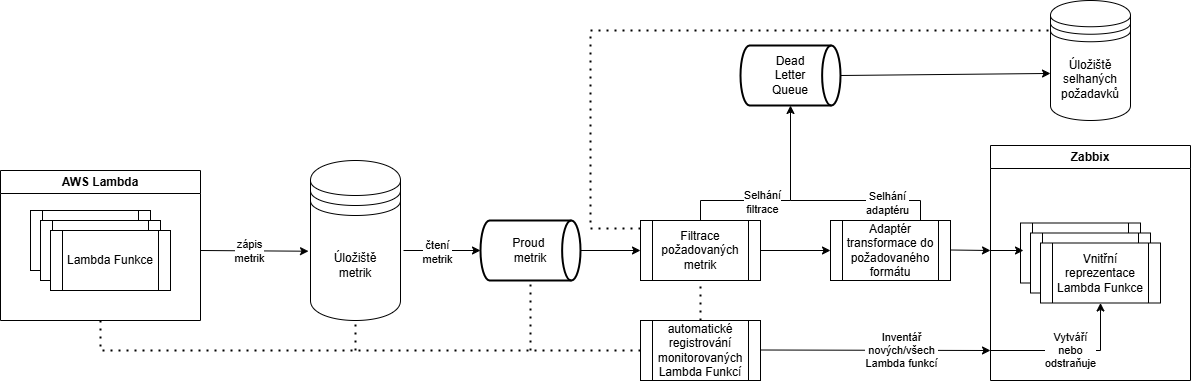
The draw.io diagram Thesis/figs/architektura.png in JustScrub/aws_lambda_zabbix_mon, before a commit. Source tidied: cells renumbered, new cells last; positions are measured from the earlier drawing's top-left corner, leaving out a move shared by most shapes. Source of this version:
```xml
<mxGraphModel>
  <root>
    <mxCell id="0" />
    <mxCell id="1" parent="0" />
    <mxCell id="2" value="Lambda Funkce" style="shape=process;whiteSpace=wrap;html=1;backgroundOutline=1;" parent="1" vertex="1">
      <mxGeometry x="30" y="210" width="120" height="60" as="geometry" />
    </mxCell>
    <mxCell id="3" value="Lambda Funkce" style="shape=process;whiteSpace=wrap;html=1;backgroundOutline=1;" parent="1" vertex="1">
      <mxGeometry x="40" y="220" width="120" height="60" as="geometry" />
    </mxCell>
    <mxCell id="4" value="Lambda Funkce" style="shape=process;whiteSpace=wrap;html=1;backgroundOutline=1;" parent="1" vertex="1">
      <mxGeometry x="50" y="230" width="120" height="60" as="geometry" />
    </mxCell>
    <mxCell id="5" value="AWS Lambda" style="swimlane;whiteSpace=wrap;html=1;" parent="1" vertex="1">
      <mxGeometry y="170" width="200" height="150" as="geometry" />
    </mxCell>
    <mxCell id="6" value="Úložiště&lt;div&gt;metrik&lt;/div&gt;" style="shape=datastore;whiteSpace=wrap;html=1;" parent="1" vertex="1">
      <mxGeometry x="310" y="160" width="90" height="160" as="geometry" />
    </mxCell>
    <mxCell id="7" style="endArrow=classic;html=1;rounded=0;entryX=-0.022;entryY=0.567;entryDx=0;entryDy=0;entryPerimeter=0;" parent="1" edge="1" target="6">
      <mxGeometry relative="1" as="geometry">
        <mxPoint x="200" y="250" as="sourcePoint" />
      </mxGeometry>
    </mxCell>
    <mxCell id="8" value="zápis&lt;div&gt;metrik&lt;/div&gt;" style="edgeLabel;html=1;align=center;verticalAlign=middle;" parent="7" vertex="1">
      <mxGeometry x="-0.09" relative="1" as="geometry" />
    </mxCell>
    <mxCell id="9" value="Proud&amp;nbsp;&lt;div&gt;metrik&lt;/div&gt;" style="strokeWidth=2;html=1;shape=mxgraph.flowchart.direct_data;whiteSpace=wrap;" parent="1" vertex="1">
      <mxGeometry x="480" y="220" width="100" height="60" as="geometry" />
    </mxCell>
    <mxCell id="10" value="Filtrace&lt;div&gt;požadovaných&lt;/div&gt;&lt;div&gt;metrik&lt;/div&gt;" style="shape=process;whiteSpace=wrap;html=1;backgroundOutline=1;" parent="1" vertex="1">
      <mxGeometry x="640" y="220" width="120" height="60" as="geometry" />
    </mxCell>
    <mxCell id="11" value="Adaptér&lt;div&gt;transformace do&lt;/div&gt;&lt;div&gt;požadovaného&lt;/div&gt;&lt;div&gt;formátu&lt;/div&gt;" style="shape=process;whiteSpace=wrap;html=1;backgroundOutline=1;" parent="1" vertex="1">
      <mxGeometry x="830" y="220" width="120" height="60" as="geometry" />
    </mxCell>
    <mxCell id="12" value="Zabbix" style="swimlane;whiteSpace=wrap;html=1;" parent="1" vertex="1">
      <mxGeometry x="990" y="145" width="200" height="235" as="geometry" />
    </mxCell>
    <mxCell id="13" value="Lambda Funkce" style="shape=process;whiteSpace=wrap;html=1;backgroundOutline=1;" parent="12" vertex="1">
      <mxGeometry x="30" y="77.5" width="120" height="60" as="geometry" />
    </mxCell>
    <mxCell id="14" value="Lambda Funkce" style="shape=process;whiteSpace=wrap;html=1;backgroundOutline=1;" parent="12" vertex="1">
      <mxGeometry x="40" y="87.5" width="120" height="60" as="geometry" />
    </mxCell>
    <mxCell id="15" value="&lt;div&gt;Vnitřní reprezentace&lt;/div&gt;Lambda Funkce" style="shape=process;whiteSpace=wrap;html=1;backgroundOutline=1;" parent="12" vertex="1">
      <mxGeometry x="50" y="97.5" width="120" height="60" as="geometry" />
    </mxCell>
    <mxCell id="16" value="automatické registrování&lt;div&gt;monitorovaných&lt;/div&gt;&lt;div&gt;Lambda Funkcí&lt;/div&gt;" style="shape=process;whiteSpace=wrap;html=1;backgroundOutline=1;" parent="1" vertex="1">
      <mxGeometry x="640" y="320" width="120" height="60" as="geometry" />
    </mxCell>
    <mxCell id="17" style="endArrow=classic;html=1;rounded=0;exitX=1;exitY=0.5;exitDx=0;exitDy=0;exitPerimeter=0;entryX=0;entryY=0.5;entryDx=0;entryDy=0;" parent="1" edge="1" source="9" target="10">
      <mxGeometry relative="1" as="geometry" />
    </mxCell>
    <mxCell id="18" style="endArrow=classic;html=1;rounded=0;exitX=1;exitY=0.5;exitDx=0;exitDy=0;entryX=0;entryY=0.5;entryDx=0;entryDy=0;" parent="1" edge="1" source="10" target="11">
      <mxGeometry relative="1" as="geometry" />
    </mxCell>
    <mxCell id="19" style="endArrow=classic;html=1;rounded=0;exitX=1;exitY=0.5;exitDx=0;exitDy=0;" parent="1" edge="1">
      <mxGeometry relative="1" as="geometry">
        <mxPoint x="950" y="249.5" as="sourcePoint" />
        <mxPoint x="990" y="250" as="targetPoint" />
      </mxGeometry>
    </mxCell>
    <mxCell id="20" style="endArrow=classic;html=1;rounded=0;exitX=1;exitY=0.5;exitDx=0;exitDy=0;" parent="1" edge="1">
      <mxGeometry relative="1" as="geometry">
        <mxPoint x="760" y="349.5" as="sourcePoint" />
        <mxPoint x="990" y="350" as="targetPoint" />
      </mxGeometry>
    </mxCell>
    <mxCell id="21" value="Inventář&lt;div&gt;nových/všech&lt;/div&gt;&lt;div&gt;Lambda funkcí&lt;/div&gt;" style="edgeLabel;html=1;align=center;verticalAlign=middle;" parent="20" vertex="1">
      <mxGeometry x="0.23" relative="1" as="geometry" />
    </mxCell>
    <mxCell id="22" style="endArrow=none;dashed=1;html=1;dashPattern=1 3;strokeWidth=2;rounded=0;exitX=0.5;exitY=1;exitDx=0;exitDy=0;entryX=0;entryY=0.5;entryDx=0;entryDy=0;" parent="1" edge="1" source="5" target="16">
      <mxGeometry relative="1" as="geometry">
        <Array as="points">
          <mxPoint x="100" y="350" />
        </Array>
      </mxGeometry>
    </mxCell>
    <mxCell id="23" style="endArrow=none;dashed=1;html=1;dashPattern=1 3;strokeWidth=2;rounded=0;entryX=0.5;entryY=1;entryDx=0;entryDy=0;" parent="1" edge="1" target="6">
      <mxGeometry relative="1" as="geometry">
        <mxPoint x="355" y="350" as="sourcePoint" />
      </mxGeometry>
    </mxCell>
    <mxCell id="24" style="endArrow=none;dashed=1;html=1;dashPattern=1 3;strokeWidth=2;rounded=0;entryX=0.5;entryY=1;entryDx=0;entryDy=0;entryPerimeter=0;" parent="1" edge="1" target="9">
      <mxGeometry relative="1" as="geometry">
        <mxPoint x="530" y="350" as="sourcePoint" />
      </mxGeometry>
    </mxCell>
    <mxCell id="25" style="endArrow=none;dashed=1;html=1;dashPattern=1 3;strokeWidth=2;rounded=0;entryX=0.5;entryY=1;entryDx=0;entryDy=0;exitX=0.5;exitY=0;exitDx=0;exitDy=0;" parent="1" edge="1" source="16" target="10">
      <mxGeometry relative="1" as="geometry" />
    </mxCell>
    <mxCell id="26" style="endArrow=classic;html=1;rounded=0;entryX=0;entryY=0.5;entryDx=0;entryDy=0;entryPerimeter=0;" parent="1" edge="1" target="9">
      <mxGeometry relative="1" as="geometry">
        <mxPoint x="403" y="250" as="sourcePoint" />
      </mxGeometry>
    </mxCell>
    <mxCell id="27" value="čtení&lt;div&gt;metrik&lt;/div&gt;" style="edgeLabel;html=1;align=center;verticalAlign=middle;" parent="26" vertex="1">
      <mxGeometry x="-0.14" y="-1" relative="1" as="geometry" />
    </mxCell>
    <mxCell id="28" style="endArrow=classic;html=1;rounded=0;entryX=0.5;entryY=1;entryDx=0;entryDy=0;" parent="1" edge="1" target="15">
      <mxGeometry relative="1" as="geometry">
        <mxPoint x="990" y="350" as="sourcePoint" />
        <Array as="points">
          <mxPoint x="1100" y="350" />
        </Array>
      </mxGeometry>
    </mxCell>
    <mxCell id="29" value="Vytváří&lt;div&gt;nebo&lt;/div&gt;&lt;div&gt;odstraňuje&lt;/div&gt;" style="edgeLabel;html=1;align=center;verticalAlign=middle;" parent="28" vertex="1">
      <mxGeometry y="1" relative="1" as="geometry" />
    </mxCell>
    <mxCell id="30" style="endArrow=classic;html=1;rounded=0;" parent="1" edge="1">
      <mxGeometry relative="1" as="geometry">
        <mxPoint x="990" y="250" as="sourcePoint" />
        <mxPoint x="1023" y="250" as="targetPoint" />
      </mxGeometry>
    </mxCell>
    <mxCell id="31" value="Dead&lt;div&gt;Letter&lt;/div&gt;&lt;div&gt;Queue&lt;/div&gt;" style="strokeWidth=2;html=1;shape=mxgraph.flowchart.direct_data;whiteSpace=wrap;rotation=0;" parent="1" vertex="1">
      <mxGeometry x="740" y="45" width="100" height="60" as="geometry" />
    </mxCell>
    <mxCell id="32" style="endArrow=classic;html=1;rounded=0;entryX=0.5;entryY=1;entryDx=0;entryDy=0;entryPerimeter=0;" parent="1" edge="1" target="31">
      <mxGeometry relative="1" as="geometry">
        <mxPoint x="700" y="220" as="sourcePoint" />
        <Array as="points">
          <mxPoint x="700" y="200" />
          <mxPoint x="790" y="200" />
        </Array>
      </mxGeometry>
    </mxCell>
    <mxCell id="33" value="Selhání&lt;div&gt;filtrace&lt;/div&gt;" style="edgeLabel;html=1;align=center;verticalAlign=middle;" parent="32" vertex="1">
      <mxGeometry x="-0.21" y="-1" relative="1" as="geometry" />
    </mxCell>
    <mxCell id="34" style="endArrow=none;html=1;rounded=0;exitX=0.75;exitY=0;exitDx=0;exitDy=0;" parent="1" edge="1" source="11">
      <mxGeometry relative="1" as="geometry">
        <mxPoint x="790" y="200" as="targetPoint" />
        <Array as="points">
          <mxPoint x="920" y="200" />
        </Array>
      </mxGeometry>
    </mxCell>
    <mxCell id="35" value="Selhání&lt;div&gt;adaptéru&lt;/div&gt;" style="edgeLabel;html=1;align=center;verticalAlign=middle;" parent="34" vertex="1">
      <mxGeometry x="-0.28" y="2" relative="1" as="geometry" />
    </mxCell>
    <mxCell id="36" style="endArrow=classic;html=1;rounded=0;exitX=1;exitY=0.5;exitDx=0;exitDy=0;exitPerimeter=0;entryX=0;entryY=0.608;entryDx=0;entryDy=0;entryPerimeter=0;" parent="1" edge="1" source="31" target="37">
      <mxGeometry relative="1" as="geometry" />
    </mxCell>
    <mxCell id="37" value="Úložiště&lt;div&gt;selhaných&lt;/div&gt;&lt;div&gt;požadavků&lt;/div&gt;" style="shape=datastore;whiteSpace=wrap;html=1;" parent="1" vertex="1">
      <mxGeometry x="1050" width="80" height="120" as="geometry" />
    </mxCell>
    <mxCell id="38" style="endArrow=none;dashed=1;html=1;dashPattern=1 3;strokeWidth=2;rounded=0;exitX=0;exitY=0.133;exitDx=0;exitDy=0;exitPerimeter=0;" parent="1" edge="1" source="10">
      <mxGeometry relative="1" as="geometry">
        <mxPoint x="1049" y="30" as="targetPoint" />
        <Array as="points">
          <mxPoint x="590" y="228" />
          <mxPoint x="590" y="30" />
        </Array>
      </mxGeometry>
    </mxCell>
  </root>
</mxGraphModel>
```
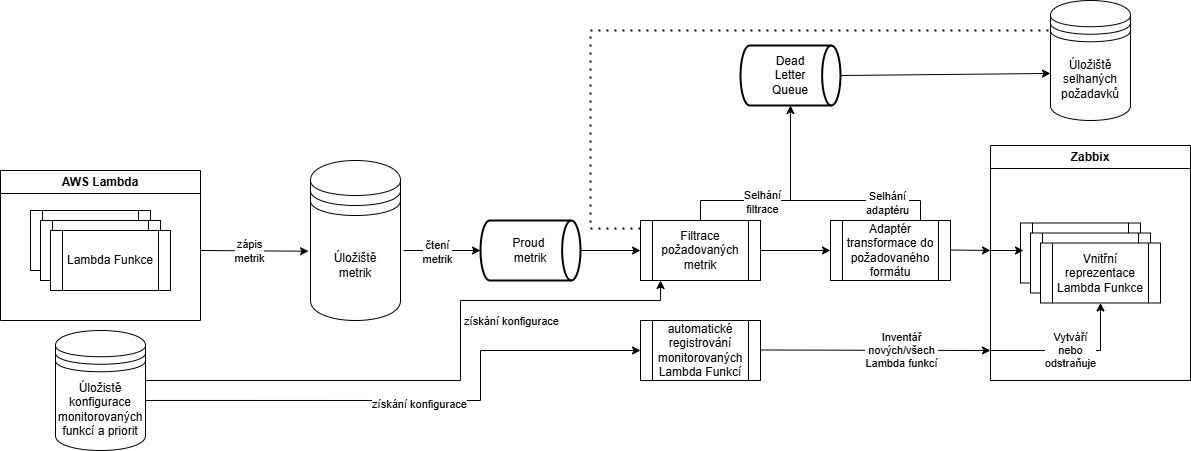
After the commit.

Commit message:
priority config store

Change to the diagram source:
```diff
@@ -70,26 +70,6 @@
     <mxCell id="21" value="Inventář&lt;div&gt;nových/všech&lt;/div&gt;&lt;div&gt;Lambda funkcí&lt;/div&gt;" style="edgeLabel;html=1;align=center;verticalAlign=middle;" parent="20" vertex="1">
       <mxGeometry x="0.23" relative="1" as="geometry" />
     </mxCell>
-    <mxCell id="22" style="endArrow=none;dashed=1;html=1;dashPattern=1 3;strokeWidth=2;rounded=0;exitX=0.5;exitY=1;exitDx=0;exitDy=0;entryX=0;entryY=0.5;entryDx=0;entryDy=0;" parent="1" edge="1" source="5" target="16">
-      <mxGeometry relative="1" as="geometry">
-        <Array as="points">
-          <mxPoint x="100" y="350" />
-        </Array>
-      </mxGeometry>
-    </mxCell>
-    <mxCell id="23" style="endArrow=none;dashed=1;html=1;dashPattern=1 3;strokeWidth=2;rounded=0;entryX=0.5;entryY=1;entryDx=0;entryDy=0;" parent="1" edge="1" target="6">
-      <mxGeometry relative="1" as="geometry">
-        <mxPoint x="355" y="350" as="sourcePoint" />
-      </mxGeometry>
-    </mxCell>
-    <mxCell id="24" style="endArrow=none;dashed=1;html=1;dashPattern=1 3;strokeWidth=2;rounded=0;entryX=0.5;entryY=1;entryDx=0;entryDy=0;entryPerimeter=0;" parent="1" edge="1" target="9">
-      <mxGeometry relative="1" as="geometry">
-        <mxPoint x="530" y="350" as="sourcePoint" />
-      </mxGeometry>
-    </mxCell>
-    <mxCell id="25" style="endArrow=none;dashed=1;html=1;dashPattern=1 3;strokeWidth=2;rounded=0;entryX=0.5;entryY=1;entryDx=0;entryDy=0;exitX=0.5;exitY=0;exitDx=0;exitDy=0;" parent="1" edge="1" source="16" target="10">
-      <mxGeometry relative="1" as="geometry" />
-    </mxCell>
     <mxCell id="26" style="endArrow=classic;html=1;rounded=0;entryX=0;entryY=0.5;entryDx=0;entryDy=0;entryPerimeter=0;" parent="1" edge="1" target="9">
       <mxGeometry relative="1" as="geometry">
         <mxPoint x="403" y="250" as="sourcePoint" />
@@ -156,5 +136,34 @@
         </Array>
       </mxGeometry>
     </mxCell>
+    <mxCell id="39" style="endArrow=classic;html=1;rounded=0;entryX=0;entryY=0.5;entryDx=0;entryDy=0;exitX=1;exitY=0.583;exitDx=0;exitDy=0;exitPerimeter=0;" parent="1" edge="1" source="41" target="16">
+      <mxGeometry relative="1" as="geometry">
+        <Array as="points">
+          <mxPoint x="480" y="400" />
+          <mxPoint x="480" y="350" />
+        </Array>
+      </mxGeometry>
+    </mxCell>
+    <mxCell id="40" value="získání konfigurace" style="edgeLabel;html=1;align=center;verticalAlign=middle;" parent="39" vertex="1">
+      <mxGeometry x="0.01" y="-4" relative="1" as="geometry" />
+    </mxCell>
+    <mxCell id="41" value="Úložistě konfigurace monitorovaných funkcí a priorit" style="shape=datastore;whiteSpace=wrap;html=1;" parent="1" vertex="1">
+      <mxGeometry x="55" y="330" width="90" height="120" as="geometry" />
+    </mxCell>
+    <mxCell id="42" style="endArrow=classic;html=1;rounded=0;entryX=0.167;entryY=1;entryDx=0;entryDy=0;exitX=1;exitY=0.583;exitDx=0;exitDy=0;exitPerimeter=0;entryPerimeter=0;" parent="1" edge="1" target="10">
+      <mxGeometry relative="1" as="geometry">
+        <mxPoint x="145" y="380" as="sourcePoint" />
+        <Array as="points">
+          <mxPoint x="460" y="380" />
+          <mxPoint x="460" y="300" />
+          <mxPoint x="660" y="300" />
+        </Array>
+      </mxGeometry>
+    </mxCell>
+    <mxCell id="43" value="získání konfigurace" style="edgeLabel;html=1;align=center;verticalAlign=middle;" parent="42" vertex="1">
+      <mxGeometry x="0.01" y="-4" relative="1" as="geometry">
+        <mxPoint x="55" y="-64" as="offset" />
+      </mxGeometry>
+    </mxCell>
   </root>
 </mxGraphModel>
```
